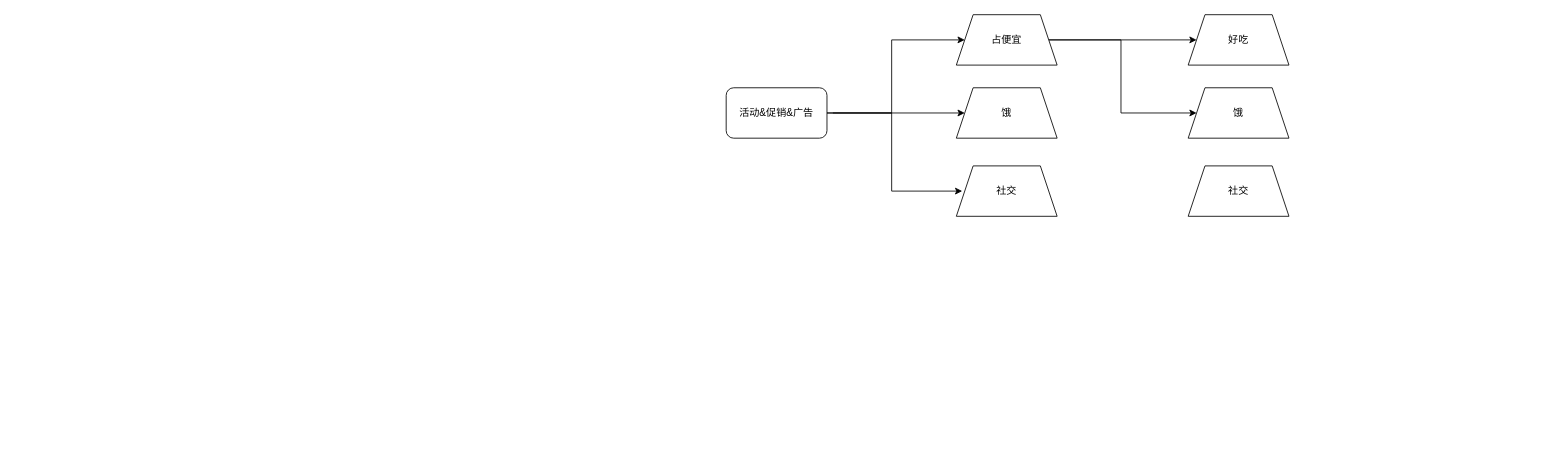
Above: 运营思路.drawio in gml1219/longge (draw.io), before the change. Source tidied: cells renumbered, new cells numbered last; positions are measured from the earlier drawing's top-left corner, leaving out a move shared by most shapes. Both pictures are drawn from the tidied source at 84%, with x=0, y=0 at pixel (726, 14).
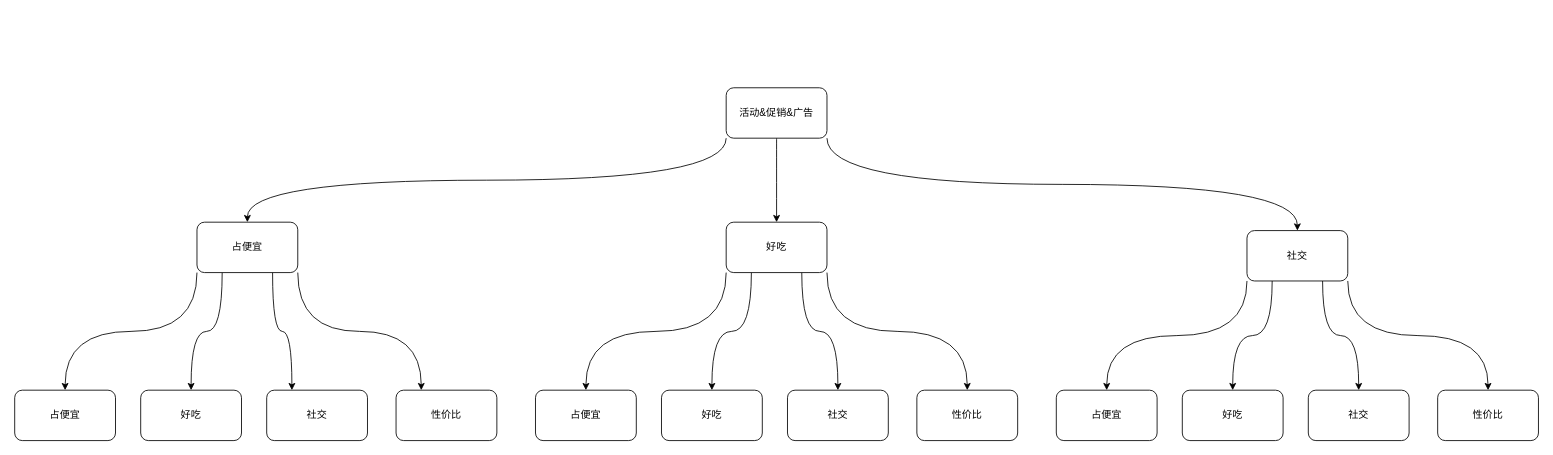
After the change.

Unchanged cells that the change refers to:
```xml
<mxCell id="5" value="活动&amp;amp;促销&amp;amp;广告" style="rounded=1;whiteSpace=wrap;html=1;" parent="1" vertex="1">
  <mxGeometry y="87" width="120" height="60" as="geometry" />
</mxCell>
```

What changed in the source:
```diff
@@
-    <mxCell id="2" style="edgeStyle=orthogonalEdgeStyle;rounded=0;jettySize=auto;html=1;entryX=0;entryY=0.5;entryDx=0;entryDy=0;" parent="1" edge="1" target="8">
-      <mxGeometry relative="1" as="geometry">
-        <mxPoint x="127" y="117" as="sourcePoint" />
-        <Array as="points">
-          <mxPoint x="197" y="117" />
-          <mxPoint x="197" y="30" />
-        </Array>
-      </mxGeometry>
-    </mxCell>
-    <mxCell id="3" style="edgeStyle=orthogonalEdgeStyle;rounded=0;jettySize=auto;html=1;exitX=1;exitY=0.5;exitDx=0;exitDy=0;entryX=0;entryY=0.5;entryDx=0;entryDy=0;" parent="1" edge="1" source="5" target="10">
-      <mxGeometry relative="1" as="geometry" />
-    </mxCell>
-    <mxCell id="4" style="edgeStyle=orthogonalEdgeStyle;rounded=0;jettySize=auto;html=1;entryX=0;entryY=0.5;entryDx=0;entryDy=0;exitX=1;exitY=0.5;exitDx=0;exitDy=0;" parent="1" edge="1" source="5">
-      <mxGeometry relative="1" as="geometry">
-        <mxPoint x="281" y="210" as="targetPoint" />
-        <Array as="points">
-          <mxPoint x="197" y="117" />
-          <mxPoint x="197" y="210" />
-        </Array>
-      </mxGeometry>
-    </mxCell>
+    <mxCell id="14" style="edgeStyle=orthogonalEdgeStyle;curved=1;rounded=0;jettySize=auto;html=1;exitX=0;exitY=1;exitDx=0;exitDy=0;entryX=0.5;entryY=0;entryDx=0;entryDy=0;" parent="1" edge="1" source="5" target="26">
+      <mxGeometry relative="1" as="geometry" />
+    </mxCell>
+    <mxCell id="15" style="edgeStyle=orthogonalEdgeStyle;curved=1;rounded=0;jettySize=auto;html=1;exitX=0.5;exitY=1;exitDx=0;exitDy=0;" parent="1" edge="1" source="5" target="21">
+      <mxGeometry relative="1" as="geometry" />
+    </mxCell>
+    <mxCell id="16" style="edgeStyle=orthogonalEdgeStyle;curved=1;rounded=0;jettySize=auto;html=1;exitX=1;exitY=1;exitDx=0;exitDy=0;entryX=0.5;entryY=0;entryDx=0;entryDy=0;" parent="1" edge="1" source="5" target="31">
+      <mxGeometry relative="1" as="geometry" />
+    </mxCell>
@@
-    <mxCell id="6" style="edgeStyle=orthogonalEdgeStyle;rounded=0;jettySize=auto;html=1;exitX=1;exitY=0.5;exitDx=0;exitDy=0;entryX=0;entryY=0.5;entryDx=0;entryDy=0;" parent="1" edge="1" source="8" target="9">
-      <mxGeometry relative="1" as="geometry" />
-    </mxCell>
-    <mxCell id="7" style="edgeStyle=orthogonalEdgeStyle;rounded=0;jettySize=auto;html=1;exitX=1;exitY=0.5;exitDx=0;exitDy=0;entryX=0;entryY=0.5;entryDx=0;entryDy=0;" parent="1" edge="1" source="8" target="12">
-      <mxGeometry relative="1" as="geometry">
-        <Array as="points">
-          <mxPoint x="470" y="30" />
-          <mxPoint x="470" y="117" />
-        </Array>
-      </mxGeometry>
-    </mxCell>
-    <mxCell id="8" value="占便宜" style="shape=trapezoid;perimeter=trapezoidPerimeter;whiteSpace=wrap;html=1;fixedSize=1;" parent="1" vertex="1">
-      <mxGeometry x="274" width="120" height="60" as="geometry" />
-    </mxCell>
-    <mxCell id="9" value="好吃" style="shape=trapezoid;perimeter=trapezoidPerimeter;whiteSpace=wrap;html=1;fixedSize=1;" parent="1" vertex="1">
-      <mxGeometry x="550" width="120" height="60" as="geometry" />
-    </mxCell>
-    <mxCell id="10" value="饿" style="shape=trapezoid;perimeter=trapezoidPerimeter;whiteSpace=wrap;html=1;fixedSize=1;" parent="1" vertex="1">
-      <mxGeometry x="274" y="87" width="120" height="60" as="geometry" />
-    </mxCell>
-    <mxCell id="11" value="社交" style="shape=trapezoid;perimeter=trapezoidPerimeter;whiteSpace=wrap;html=1;fixedSize=1;" parent="1" vertex="1">
-      <mxGeometry x="274" y="180" width="120" height="60" as="geometry" />
-    </mxCell>
-    <mxCell id="12" value="饿" style="shape=trapezoid;perimeter=trapezoidPerimeter;whiteSpace=wrap;html=1;fixedSize=1;" parent="1" vertex="1">
-      <mxGeometry x="550" y="87" width="120" height="60" as="geometry" />
-    </mxCell>
-    <mxCell id="13" value="社交" style="shape=trapezoid;perimeter=trapezoidPerimeter;whiteSpace=wrap;html=1;fixedSize=1;" parent="1" vertex="1">
-      <mxGeometry x="550" y="180" width="120" height="60" as="geometry" />
-    </mxCell>
+    <mxCell id="17" style="edgeStyle=orthogonalEdgeStyle;curved=1;rounded=0;jettySize=auto;html=1;exitX=0;exitY=1;exitDx=0;exitDy=0;entryX=0.5;entryY=0;entryDx=0;entryDy=0;" parent="1" edge="1" source="21" target="36">
+      <mxGeometry relative="1" as="geometry" />
+    </mxCell>
+    <mxCell id="18" style="edgeStyle=orthogonalEdgeStyle;curved=1;rounded=0;jettySize=auto;html=1;exitX=0.25;exitY=1;exitDx=0;exitDy=0;entryX=0.5;entryY=0;entryDx=0;entryDy=0;" parent="1" edge="1" source="21" target="37">
+      <mxGeometry relative="1" as="geometry" />
+    </mxCell>
+    <mxCell id="19" style="edgeStyle=orthogonalEdgeStyle;curved=1;rounded=0;jettySize=auto;html=1;exitX=0.75;exitY=1;exitDx=0;exitDy=0;" parent="1" edge="1" source="21" target="38">
+      <mxGeometry relative="1" as="geometry" />
+    </mxCell>
+    <mxCell id="20" style="edgeStyle=orthogonalEdgeStyle;curved=1;rounded=0;jettySize=auto;html=1;exitX=1;exitY=1;exitDx=0;exitDy=0;entryX=0.5;entryY=0;entryDx=0;entryDy=0;" parent="1" edge="1" source="21" target="39">
+      <mxGeometry relative="1" as="geometry" />
+    </mxCell>
+    <mxCell id="21" value="好吃" style="rounded=1;whiteSpace=wrap;html=1;" parent="1" vertex="1">
+      <mxGeometry y="247" width="120" height="60" as="geometry" />
+    </mxCell>
+    <mxCell id="22" style="edgeStyle=orthogonalEdgeStyle;curved=1;rounded=0;jettySize=auto;html=1;exitX=0;exitY=1;exitDx=0;exitDy=0;entryX=0.5;entryY=0;entryDx=0;entryDy=0;" parent="1" edge="1" source="26" target="32">
+      <mxGeometry relative="1" as="geometry" />
+    </mxCell>
+    <mxCell id="23" style="edgeStyle=orthogonalEdgeStyle;curved=1;rounded=0;jettySize=auto;html=1;exitX=0.25;exitY=1;exitDx=0;exitDy=0;" parent="1" edge="1" source="26" target="33">
+      <mxGeometry relative="1" as="geometry" />
+    </mxCell>
+    <mxCell id="24" style="edgeStyle=orthogonalEdgeStyle;curved=1;rounded=0;jettySize=auto;html=1;exitX=0.75;exitY=1;exitDx=0;exitDy=0;entryX=0.25;entryY=0;entryDx=0;entryDy=0;" parent="1" edge="1" source="26" target="34">
+      <mxGeometry relative="1" as="geometry" />
+    </mxCell>
+    <mxCell id="25" style="edgeStyle=orthogonalEdgeStyle;curved=1;rounded=0;jettySize=auto;html=1;exitX=1;exitY=1;exitDx=0;exitDy=0;entryX=0.25;entryY=0;entryDx=0;entryDy=0;" parent="1" edge="1" source="26" target="35">
+      <mxGeometry relative="1" as="geometry" />
+    </mxCell>
+    <mxCell id="26" value="占便宜" style="rounded=1;whiteSpace=wrap;html=1;" parent="1" vertex="1">
+      <mxGeometry x="-630" y="247" width="120" height="60" as="geometry" />
+    </mxCell>
+    <mxCell id="27" style="edgeStyle=orthogonalEdgeStyle;curved=1;rounded=0;jettySize=auto;html=1;exitX=0;exitY=1;exitDx=0;exitDy=0;" parent="1" edge="1" source="31" target="40">
+      <mxGeometry relative="1" as="geometry" />
+    </mxCell>
+    <mxCell id="28" style="edgeStyle=orthogonalEdgeStyle;curved=1;rounded=0;jettySize=auto;html=1;exitX=0.25;exitY=1;exitDx=0;exitDy=0;entryX=0.5;entryY=0;entryDx=0;entryDy=0;" parent="1" edge="1" source="31" target="41">
+      <mxGeometry relative="1" as="geometry" />
+    </mxCell>
+    <mxCell id="29" style="edgeStyle=orthogonalEdgeStyle;curved=1;rounded=0;jettySize=auto;html=1;exitX=0.75;exitY=1;exitDx=0;exitDy=0;entryX=0.5;entryY=0;entryDx=0;entryDy=0;" parent="1" edge="1" source="31" target="42">
+      <mxGeometry relative="1" as="geometry" />
+    </mxCell>
+    <mxCell id="30" style="edgeStyle=orthogonalEdgeStyle;curved=1;rounded=0;jettySize=auto;html=1;exitX=1;exitY=1;exitDx=0;exitDy=0;entryX=0.5;entryY=0;entryDx=0;entryDy=0;" parent="1" edge="1" source="31" target="43">
+      <mxGeometry relative="1" as="geometry" />
+    </mxCell>
+    <mxCell id="31" value="社交" style="rounded=1;whiteSpace=wrap;html=1;" parent="1" vertex="1">
+      <mxGeometry x="620" y="257" width="120" height="60" as="geometry" />
+    </mxCell>
+    <mxCell id="32" value="占便宜" style="rounded=1;whiteSpace=wrap;html=1;" parent="1" vertex="1">
+      <mxGeometry x="-847" y="447" width="120" height="60" as="geometry" />
+    </mxCell>
+    <mxCell id="33" value="好吃" style="rounded=1;whiteSpace=wrap;html=1;" parent="1" vertex="1">
+      <mxGeometry x="-697" y="447" width="120" height="60" as="geometry" />
+    </mxCell>
+    <mxCell id="34" value="社交" style="rounded=1;whiteSpace=wrap;html=1;" parent="1" vertex="1">
+      <mxGeometry x="-547" y="447" width="120" height="60" as="geometry" />
+    </mxCell>
+    <mxCell id="35" value="性价比" style="rounded=1;whiteSpace=wrap;html=1;" parent="1" vertex="1">
+      <mxGeometry x="-393" y="447" width="120" height="60" as="geometry" />
+    </mxCell>
+    <mxCell id="36" value="占便宜" style="rounded=1;whiteSpace=wrap;html=1;" parent="1" vertex="1">
+      <mxGeometry x="-227" y="447" width="120" height="60" as="geometry" />
+    </mxCell>
+    <mxCell id="37" value="好吃" style="rounded=1;whiteSpace=wrap;html=1;" parent="1" vertex="1">
+      <mxGeometry x="-77" y="447" width="120" height="60" as="geometry" />
+    </mxCell>
+    <mxCell id="38" value="社交" style="rounded=1;whiteSpace=wrap;html=1;" parent="1" vertex="1">
+      <mxGeometry x="73" y="447" width="120" height="60" as="geometry" />
+    </mxCell>
+    <mxCell id="39" value="性价比" style="rounded=1;whiteSpace=wrap;html=1;" parent="1" vertex="1">
+      <mxGeometry x="227" y="447" width="120" height="60" as="geometry" />
+    </mxCell>
+    <mxCell id="40" value="占便宜" style="rounded=1;whiteSpace=wrap;html=1;" parent="1" vertex="1">
+      <mxGeometry x="393" y="447" width="120" height="60" as="geometry" />
+    </mxCell>
+    <mxCell id="41" value="好吃" style="rounded=1;whiteSpace=wrap;html=1;" parent="1" vertex="1">
+      <mxGeometry x="543" y="447" width="120" height="60" as="geometry" />
+    </mxCell>
+    <mxCell id="42" value="社交" style="rounded=1;whiteSpace=wrap;html=1;" parent="1" vertex="1">
+      <mxGeometry x="693" y="447" width="120" height="60" as="geometry" />
+    </mxCell>
+    <mxCell id="43" value="性价比" style="rounded=1;whiteSpace=wrap;html=1;" parent="1" vertex="1">
+      <mxGeometry x="847" y="447" width="120" height="60" as="geometry" />
+    </mxCell>
```
